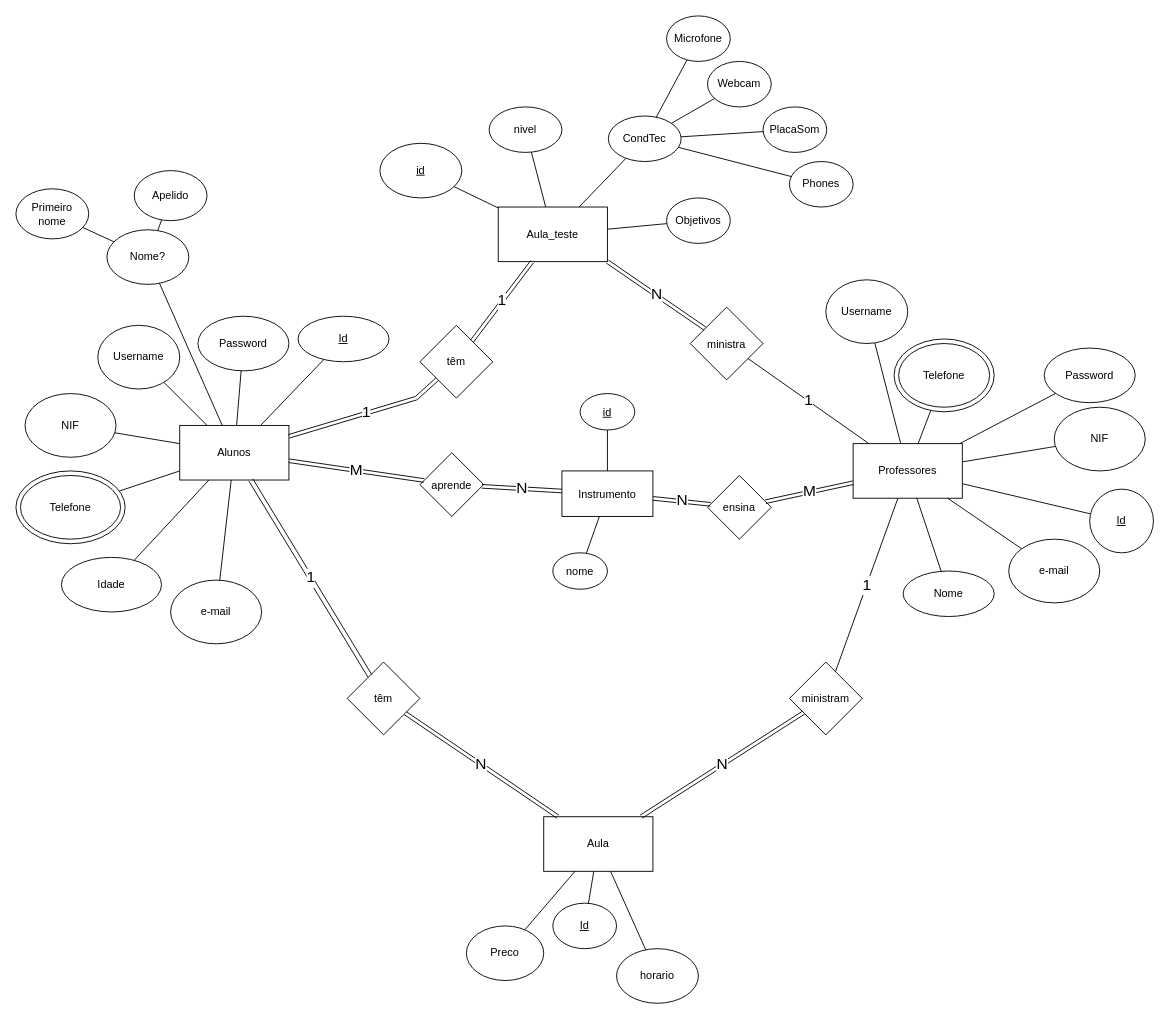
brenexvex/firstproject keeps this draw.io diagram as Modelo_inicial.drawio. Above is the earlier version. Source tidied: cells renumbered, new cells numbered last; positions are measured from the earlier drawing's top-left corner, leaving out a move shared by most shapes. Both pictures are drawn from the tidied source at 91%, with x=0, y=0 at pixel (15, 15).
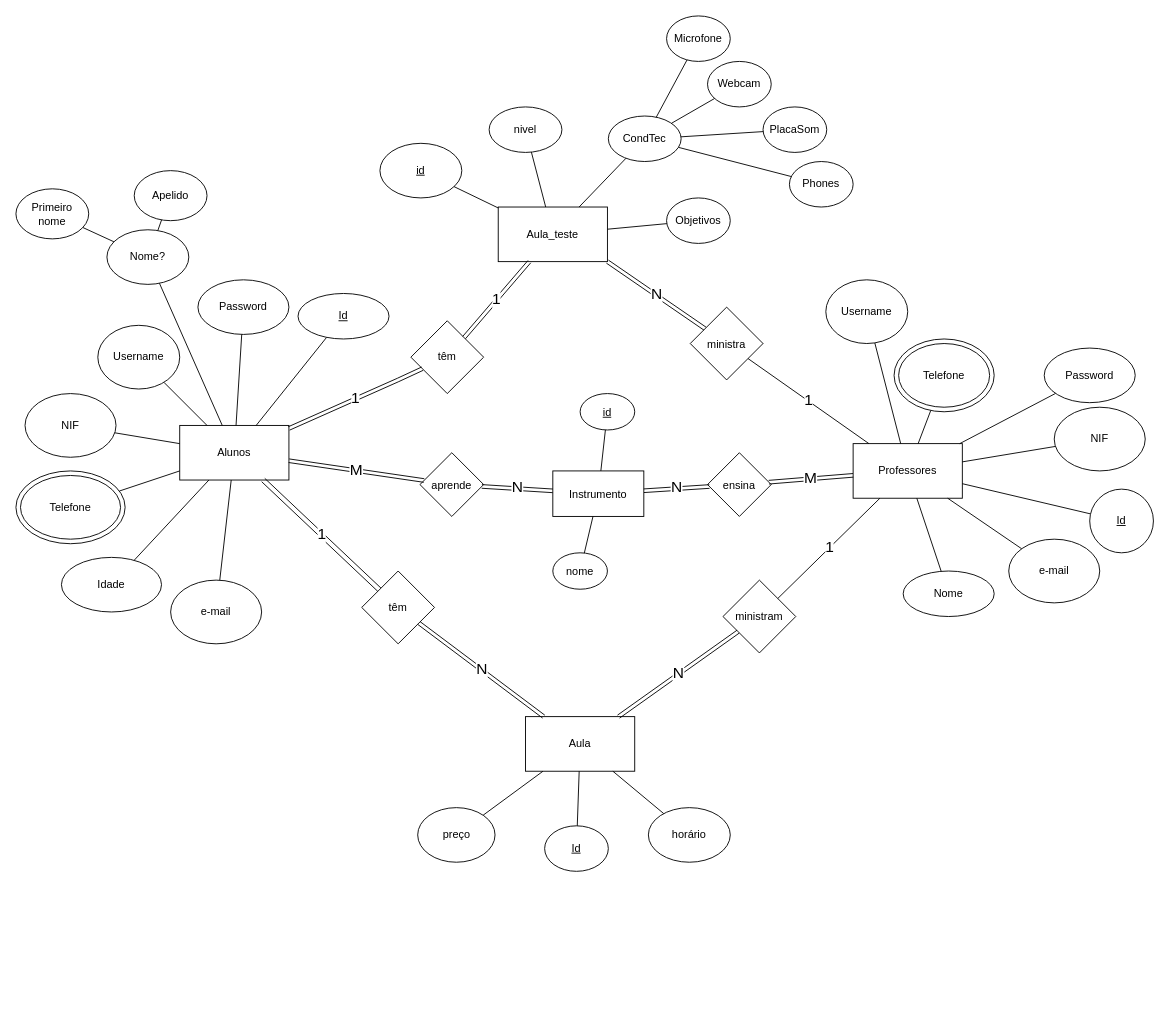
Above is the later version.

The change refers to these unchanged cells:
```xml
<mxCell id="2" value="Alunos" style="rounded=0;whiteSpace=wrap;html=1;" parent="1" vertex="1">
  <mxGeometry x="180" y="450" width="120" height="60" as="geometry" />
</mxCell>
```

What changed in the source:
```diff
@@
     <mxCell id="4" value="&lt;u&gt;Id&lt;/u&gt;" style="ellipse;whiteSpace=wrap;html=1;" parent="1" vertex="1">
-      <mxGeometry x="310" y="330" width="100" height="50" as="geometry" />
+      <mxGeometry x="310" y="305" width="100" height="50" as="geometry" />
     </mxCell>
@@
     <mxCell id="9" value="Password" style="ellipse;whiteSpace=wrap;html=1;" parent="1" vertex="1">
-      <mxGeometry x="200" y="330" width="100" height="60" as="geometry" />
+      <mxGeometry x="200" y="290" width="100" height="60" as="geometry" />
     </mxCell>
@@
     <mxCell id="22" value="Aula" style="rounded=0;whiteSpace=wrap;html=1;" parent="1" vertex="1">
-      <mxGeometry x="580" y="880" width="120" height="60" as="geometry" />
+      <mxGeometry x="560" y="770" width="120" height="60" as="geometry" />
     </mxCell>
     <mxCell id="23" value="&lt;u&gt;Id&lt;/u&gt;" style="ellipse;whiteSpace=wrap;html=1;" parent="1" vertex="1">
-      <mxGeometry x="590" y="975" width="70" height="50" as="geometry" />
+      <mxGeometry x="581" y="890" width="70" height="50" as="geometry" />
     </mxCell>
@@
     <mxCell id="25" value="ministram" style="rhombus;whiteSpace=wrap;html=1;" parent="1" vertex="1">
-      <mxGeometry x="850" y="710" width="80" height="80" as="geometry" />
+      <mxGeometry x="777" y="620" width="80" height="80" as="geometry" />
     </mxCell>
     <mxCell id="26" value="têm" style="rhombus;whiteSpace=wrap;html=1;" parent="1" vertex="1">
-      <mxGeometry x="364" y="710" width="80" height="80" as="geometry" />
+      <mxGeometry x="380" y="610" width="80" height="80" as="geometry" />
     </mxCell>
@@
-    <mxCell id="38" value="Preco" style="ellipse;whiteSpace=wrap;html=1;fillColor=none;" parent="1" vertex="1">
-      <mxGeometry x="495" y="1000" width="85" height="60" as="geometry" />
+    <mxCell id="38" value="preço" style="ellipse;whiteSpace=wrap;html=1;fillColor=none;" parent="1" vertex="1">
+      <mxGeometry x="441.5" y="870" width="85" height="60" as="geometry" />
     </mxCell>
@@
-    <mxCell id="40" value="&lt;font style=&quot;font-size: 12px&quot;&gt;horario&lt;/font&gt;" style="ellipse;whiteSpace=wrap;html=1;fillColor=none;fontSize=12;" parent="1" vertex="1">
-      <mxGeometry x="660" y="1025" width="90" height="60" as="geometry" />
+    <mxCell id="40" value="&lt;font style=&quot;font-size: 12px&quot;&gt;horário&lt;/font&gt;" style="ellipse;whiteSpace=wrap;html=1;fillColor=none;fontSize=12;" parent="1" vertex="1">
+      <mxGeometry x="695" y="870" width="90" height="60" as="geometry" />
     </mxCell>
@@
     <mxCell id="64" value="têm" style="rhombus;whiteSpace=wrap;html=1;" parent="1" vertex="1">
-      <mxGeometry x="444" y="340" width="80" height="80" as="geometry" />
+      <mxGeometry x="434" y="335" width="80" height="80" as="geometry" />
     </mxCell>
     <mxCell id="65" value="1" style="shape=link;html=1;fontSize=17;" parent="1" edge="1" source="2" target="64">
       <mxGeometry relative="1" as="geometry">
         <Array as="points">
-          <mxPoint x="440" y="420" />
+          <mxPoint x="420" y="400" />
         </Array>
       </mxGeometry>
     </mxCell>
@@
     <mxCell id="71" value="&lt;font style=&quot;font-size: 12px&quot;&gt;Instrumento&lt;/font&gt;" style="rounded=0;whiteSpace=wrap;html=1;fontSize=17;" parent="1" vertex="1">
-      <mxGeometry x="600" y="500" width="100" height="50" as="geometry" />
+      <mxGeometry x="590" y="500" width="100" height="50" as="geometry" />
     </mxCell>
@@
     <mxCell id="73" value="&lt;font style=&quot;font-size: 12px&quot;&gt;ensina&lt;/font&gt;" style="rhombus;whiteSpace=wrap;html=1;fontSize=17;" parent="1" vertex="1">
-      <mxGeometry x="760" y="505" width="70" height="70" as="geometry" />
+      <mxGeometry x="760" y="480" width="70" height="70" as="geometry" />
     </mxCell>
```
